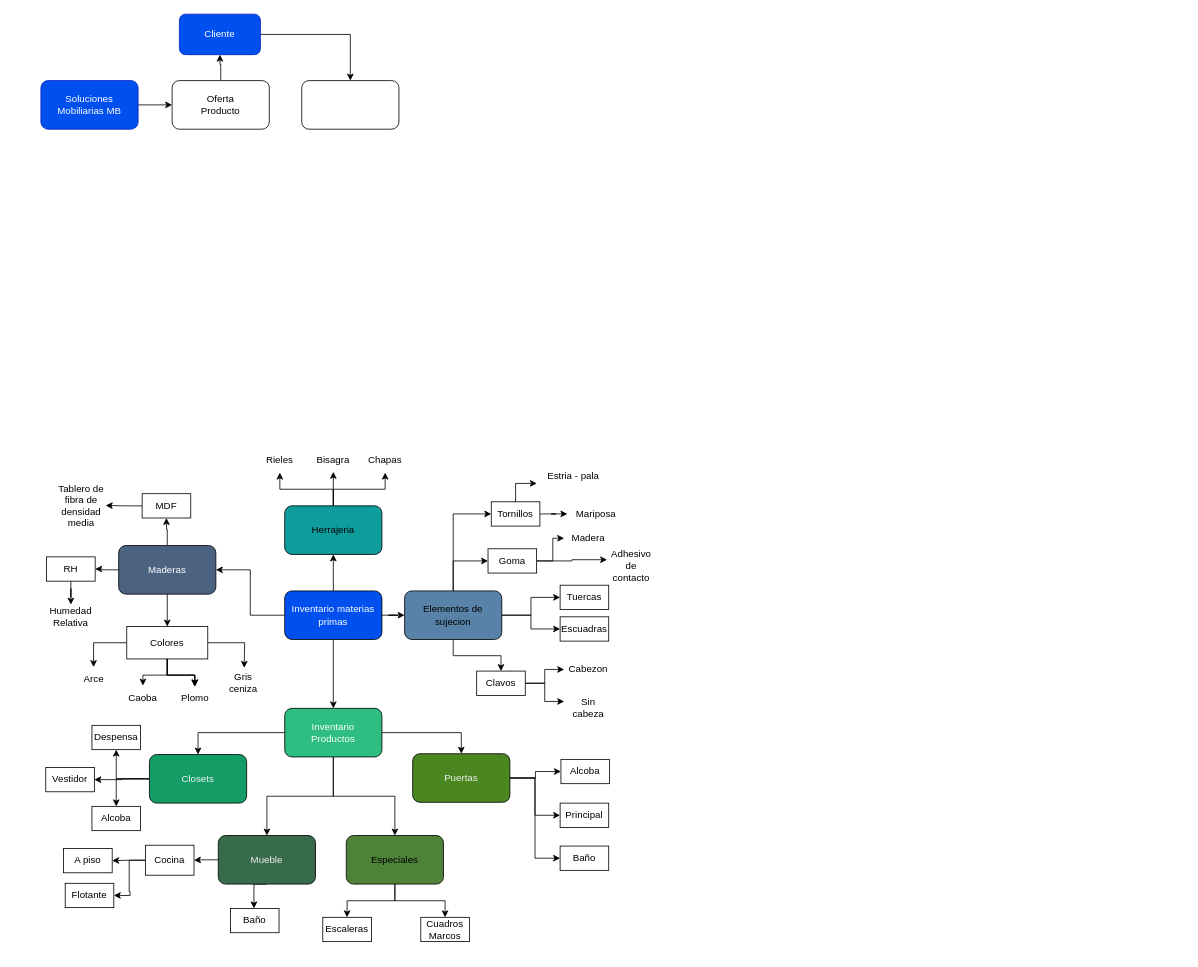
Before: Diagrama sin título.drawio in DavidSteyr/diagramaProcesosTGS, a draw.io diagram. Source tidied: cells renumbered, new cells numbered last; positions are measured from the earlier drawing's top-left corner, leaving out a move shared by most shapes. Both pictures are drawn from the tidied source at 81%, with x=0, y=0 at pixel (40, 14).
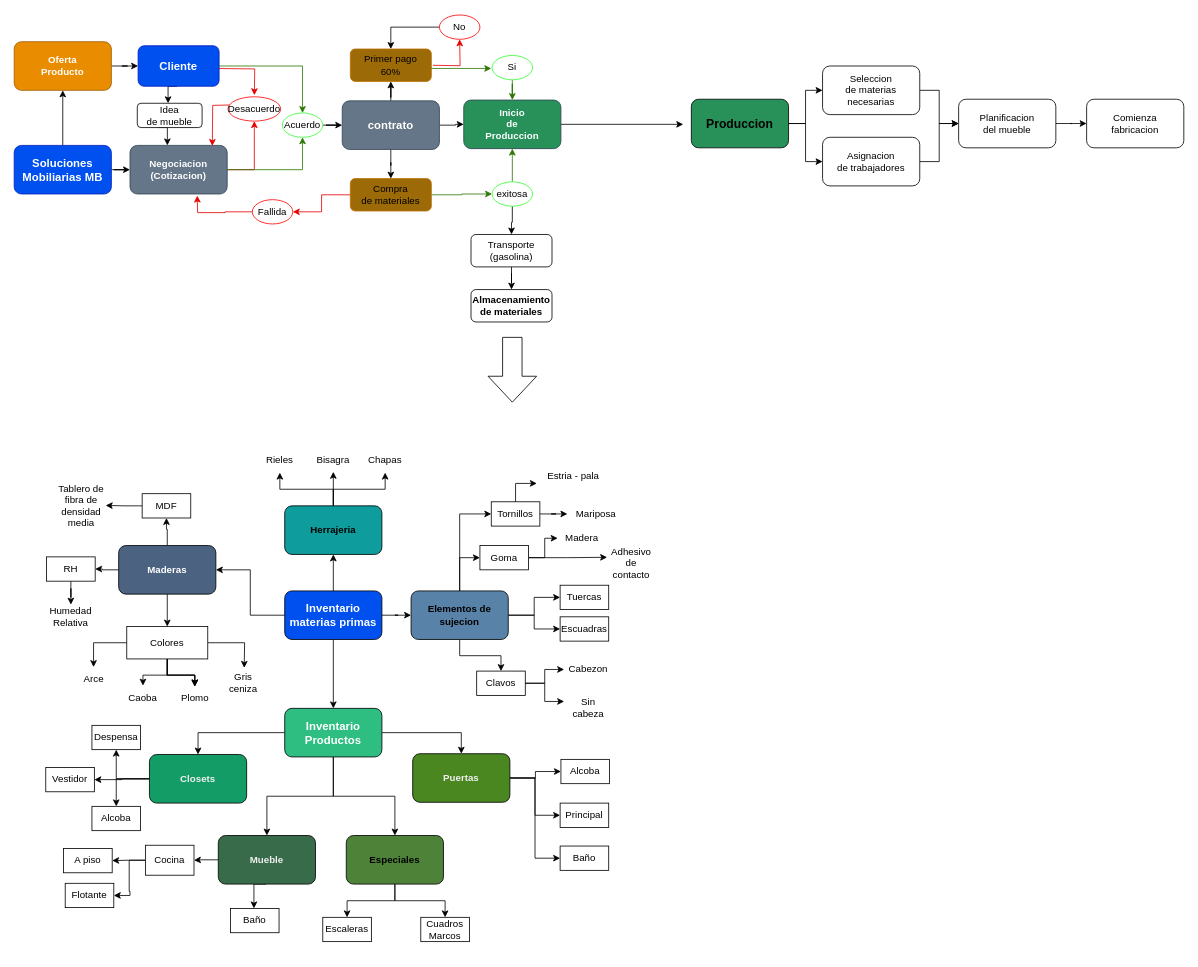
After the change.

Diff of the diagram source:
```diff
@@
+    <mxCell id="98" style="edgeStyle=orthogonalEdgeStyle;rounded=0;jettySize=auto;html=1;entryX=0;entryY=0.5;entryDx=0;entryDy=0;" parent="1" edge="1" source="3" target="97">
+      <mxGeometry relative="1" as="geometry" />
+    </mxCell>
-    <mxCell id="3" value="Soluciones Mobiliarias MB" style="rounded=1;whiteSpace=wrap;html=1;fillColor=#0050ef;fontColor=#ffffff;strokeColor=#001DBC;" parent="1" vertex="1">
-      <mxGeometry y="82" width="120" height="60" as="geometry" />
+    <mxCell id="3" value="Soluciones Mobiliarias MB" style="rounded=1;whiteSpace=wrap;html=1;fillColor=#0050ef;fontColor=#ffffff;strokeColor=#001DBC;fontStyle=1;fontSize=14;" parent="1" vertex="1">
+      <mxGeometry x="-33" y="162" width="120" height="60" as="geometry" />
     </mxCell>
@@
-    <mxCell id="8" value="Inventario materias primas" style="rounded=1;whiteSpace=wrap;html=1;fillColor=#0050ef;fontColor=#ffffff;strokeColor=#000000;" parent="1" vertex="1">
+    <mxCell id="8" value="Inventario materias primas" style="rounded=1;whiteSpace=wrap;html=1;fillColor=#0050ef;fontColor=#ffffff;strokeColor=#000000;fontStyle=1;fontSize=14;" parent="1" vertex="1">
       <mxGeometry x="301" y="712" width="120" height="60" as="geometry" />
     </mxCell>
@@
-    <mxCell id="13" value="&lt;div&gt;Inventario&lt;/div&gt;&lt;div&gt;Productos&lt;br&gt;&lt;/div&gt;" style="whiteSpace=wrap;html=1;rounded=1;fillColor=#2ebe81;fontColor=#ffffff;strokeColor=#000000;" parent="1" vertex="1">
+    <mxCell id="13" value="&lt;div style=&quot;font-size: 14px;&quot;&gt;Inventario&lt;/div&gt;&lt;div style=&quot;font-size: 14px;&quot;&gt;Productos&lt;br style=&quot;font-size: 14px;&quot;&gt;&lt;/div&gt;" style="whiteSpace=wrap;html=1;rounded=1;fillColor=#2ebe81;fontColor=#ffffff;strokeColor=#000000;fontStyle=1;fontSize=14;" parent="1" vertex="1">
       <mxGeometry x="301" y="857" width="120" height="60" as="geometry" />
     </mxCell>
@@
-    <mxCell id="19" value="&lt;div&gt;Elementos de sujecion&lt;/div&gt;" style="rounded=1;whiteSpace=wrap;html=1;fillColor=#5882a7;strokeColor=#000000;" parent="1" vertex="1">
-      <mxGeometry x="449" y="712" width="120" height="60" as="geometry" />
+    <mxCell id="19" value="&lt;div&gt;Elementos de sujecion&lt;/div&gt;" style="rounded=1;whiteSpace=wrap;html=1;fillColor=#5882a7;strokeColor=#000000;fontStyle=1;" parent="1" vertex="1">
+      <mxGeometry x="457" y="712" width="120" height="60" as="geometry" />
     </mxCell>
@@
-    <mxCell id="23" value="Herrajeria" style="rounded=1;whiteSpace=wrap;html=1;fillColor=#0E9C9C;strokeColor=#000000;" parent="1" vertex="1">
+    <mxCell id="23" value="Herrajeria" style="rounded=1;whiteSpace=wrap;html=1;fillColor=#0E9C9C;strokeColor=#000000;fontStyle=1;" parent="1" vertex="1">
       <mxGeometry x="301" y="607" width="120" height="60" as="geometry" />
     </mxCell>
@@
-    <mxCell id="27" value="Maderas" style="rounded=1;whiteSpace=wrap;html=1;fillColor=#4b6281;fontColor=#ffffff;strokeColor=#000000;" parent="1" vertex="1">
+    <mxCell id="27" value="Maderas" style="rounded=1;whiteSpace=wrap;html=1;fillColor=#4b6281;fontColor=#ffffff;strokeColor=#000000;fontStyle=1;" parent="1" vertex="1">
       <mxGeometry x="96" y="656" width="120" height="60" as="geometry" />
     </mxCell>
@@
-    <mxCell id="31" value="&lt;div&gt;Puertas&lt;/div&gt;" style="rounded=1;whiteSpace=wrap;html=1;fillColor=#4A8720;strokeColor=#000000;fontColor=#F0F0F0;" parent="1" vertex="1">
+    <mxCell id="31" value="&lt;div&gt;Puertas&lt;/div&gt;" style="rounded=1;whiteSpace=wrap;html=1;fillColor=#4A8720;strokeColor=#000000;fontColor=#F0F0F0;fontStyle=1;" parent="1" vertex="1">
       <mxGeometry x="459" y="913" width="120" height="60" as="geometry" />
     </mxCell>
@@
-    <mxCell id="35" value="Closets" style="rounded=1;whiteSpace=wrap;html=1;fillColor=#149c66;strokeColor=#000000;fontColor=#F0F0F0;" parent="1" vertex="1">
+    <mxCell id="35" value="Closets" style="rounded=1;whiteSpace=wrap;html=1;fillColor=#149c66;strokeColor=#000000;fontColor=#F0F0F0;fontStyle=1;" parent="1" vertex="1">
       <mxGeometry x="134" y="914" width="120" height="60" as="geometry" />
     </mxCell>
@@
-    <mxCell id="38" value="&lt;div&gt;Mueble&lt;/div&gt;" style="rounded=1;whiteSpace=wrap;html=1;fillColor=#386b4a;strokeColor=#000000;fontColor=#F0F0F0;" parent="1" vertex="1">
+    <mxCell id="38" value="&lt;div&gt;Mueble&lt;/div&gt;" style="rounded=1;whiteSpace=wrap;html=1;fillColor=#386b4a;strokeColor=#000000;fontColor=#F0F0F0;fontStyle=1;" parent="1" vertex="1">
       <mxGeometry x="219" y="1014" width="120" height="60" as="geometry" />
     </mxCell>
@@
-    <mxCell id="41" value="Especiales" style="rounded=1;whiteSpace=wrap;html=1;fillColor=#4e8239;strokeColor=#000000;" parent="1" vertex="1">
+    <mxCell id="41" value="Especiales" style="rounded=1;whiteSpace=wrap;html=1;fillColor=#4e8239;strokeColor=#000000;fontStyle=1;" parent="1" vertex="1">
       <mxGeometry x="377" y="1014" width="120" height="60" as="geometry" />
     </mxCell>
@@
     <mxCell id="90" value="&lt;div&gt;Goma&lt;/div&gt;" style="text;html=1;strokeColor=default;fillColor=default;align=center;verticalAlign=middle;whiteSpace=wrap;rounded=0;labelBackgroundColor=none;" parent="1" vertex="1">
-      <mxGeometry x="552" y="660" width="60" height="30" as="geometry" />
+      <mxGeometry x="542" y="656" width="60" height="30" as="geometry" />
     </mxCell>
     <mxCell id="91" value="Madera" style="text;html=1;strokeColor=none;fillColor=none;align=center;verticalAlign=middle;whiteSpace=wrap;rounded=0;" parent="1" vertex="1">
-      <mxGeometry x="646" y="632" width="60" height="30" as="geometry" />
+      <mxGeometry x="638" y="632" width="60" height="30" as="geometry" />
     </mxCell>
     <mxCell id="92" value="Adhesivo de contacto" style="text;html=1;strokeColor=none;fillColor=none;align=center;verticalAlign=middle;whiteSpace=wrap;rounded=0;" parent="1" vertex="1">
-      <mxGeometry x="699" y="666" width="60" height="30" as="geometry" />
+      <mxGeometry x="699" y="663" width="60" height="30" as="geometry" />
     </mxCell>
-    <mxCell id="93" style="edgeStyle=orthogonalEdgeStyle;rounded=0;jettySize=auto;html=1;entryX=0.5;entryY=0;entryDx=0;entryDy=0;" parent="1" edge="1" source="94" target="97">
-      <mxGeometry relative="1" as="geometry" />
-    </mxCell>
+    <mxCell id="99" style="edgeStyle=orthogonalEdgeStyle;rounded=0;orthogonalLoop=1;jettySize=auto;html=1;entryX=0.5;entryY=0;entryDx=0;entryDy=0;" parent="1" edge="1">
+      <mxGeometry relative="1" as="geometry">
+        <mxPoint x="168.1" y="89" as="sourcePoint" />
+        <mxPoint x="157" y="110" as="targetPoint" />
+      </mxGeometry>
+    </mxCell>
+    <mxCell id="100" style="edgeStyle=orthogonalEdgeStyle;rounded=0;orthogonalLoop=1;jettySize=auto;html=1;strokeColor=#E60000;" parent="1" edge="1">
+      <mxGeometry relative="1" as="geometry">
+        <mxPoint x="220" y="67.1" as="sourcePoint" />
+        <mxPoint x="263.5" y="100" as="targetPoint" />
+      </mxGeometry>
+    </mxCell>
-    <mxCell id="94" value="Cliente" style="whiteSpace=wrap;html=1;fillColor=#0050ef;strokeColor=#001DBC;fontColor=#ffffff;rounded=1;" parent="1" vertex="1">
-      <mxGeometry x="171" width="100" height="50" as="geometry" />
+    <mxCell id="94" value="Cliente" style="whiteSpace=wrap;html=1;fillColor=#0050ef;strokeColor=#001DBC;fontColor=#ffffff;rounded=1;fontStyle=1;fontSize=14;" parent="1" vertex="1">
+      <mxGeometry x="120" y="39" width="100" height="50" as="geometry" />
     </mxCell>
-    <mxCell id="95" style="edgeStyle=orthogonalEdgeStyle;rounded=0;jettySize=auto;html=1;entryX=0.5;entryY=1;entryDx=0;entryDy=0;" parent="1" edge="1" source="96" target="94">
+    <mxCell id="95" style="edgeStyle=orthogonalEdgeStyle;rounded=0;jettySize=auto;html=1;entryX=0;entryY=0.5;entryDx=0;entryDy=0;" parent="1" edge="1" source="96" target="94">
       <mxGeometry relative="1" as="geometry" />
     </mxCell>
-    <mxCell id="96" value="&lt;div&gt;Oferta&lt;/div&gt;&lt;div&gt;Producto&lt;br&gt;&lt;/div&gt;" style="rounded=1;whiteSpace=wrap;html=1;" parent="1" vertex="1">
-      <mxGeometry x="162" y="82" width="120" height="60" as="geometry" />
+    <mxCell id="96" value="&lt;div&gt;Oferta&lt;/div&gt;&lt;div&gt;Producto&lt;br&gt;&lt;/div&gt;" style="rounded=1;whiteSpace=wrap;html=1;fillColor=#EA8C00;fontColor=#ffffff;strokeColor=#9C5D00;fontStyle=1;" parent="1" vertex="1">
+      <mxGeometry x="-33" y="34" width="120" height="60" as="geometry" />
     </mxCell>
+    <mxCell id="101" style="edgeStyle=orthogonalEdgeStyle;rounded=0;jettySize=auto;html=1;entryX=0.5;entryY=1;entryDx=0;entryDy=0;strokeColor=#E60000;" parent="1" edge="1" source="97" target="132">
+      <mxGeometry relative="1" as="geometry" />
+    </mxCell>
-    <mxCell id="97" style="rounded=1;whiteSpace=wrap;html=1;" parent="1" vertex="1">
-      <mxGeometry x="322" y="82" width="120" height="60" as="geometry" />
+    <mxCell id="97" value="&lt;div&gt;Negociacion&lt;/div&gt;(Cotizacion)" style="rounded=1;whiteSpace=wrap;html=1;fillColor=#647687;fontColor=#ffffff;strokeColor=#314354;fontStyle=1;" parent="1" vertex="1">
+      <mxGeometry x="110" y="162" width="120" height="60" as="geometry" />
     </mxCell>
+    <mxCell id="102" style="edgeStyle=orthogonalEdgeStyle;rounded=0;orthogonalLoop=1;jettySize=auto;html=1;" parent="1" edge="1">
+      <mxGeometry relative="1" as="geometry">
+        <mxPoint x="145" y="140" as="sourcePoint" />
+        <mxPoint x="156.1" y="162" as="targetPoint" />
+      </mxGeometry>
+    </mxCell>
+    <mxCell id="103" value="&lt;div&gt;Idea &lt;br&gt;&lt;/div&gt;&lt;div&gt;de mueble&lt;/div&gt;" style="rounded=1;whiteSpace=wrap;html=1;" parent="1" vertex="1">
+      <mxGeometry x="119" y="110" width="80" height="30" as="geometry" />
+    </mxCell>
+    <mxCell id="104" style="edgeStyle=orthogonalEdgeStyle;rounded=0;jettySize=auto;html=1;" parent="1" edge="1" source="107" target="109">
+      <mxGeometry relative="1" as="geometry" />
+    </mxCell>
+    <mxCell id="105" style="edgeStyle=orthogonalEdgeStyle;rounded=0;jettySize=auto;html=1;" parent="1" edge="1" source="107" target="112">
+      <mxGeometry relative="1" as="geometry" />
+    </mxCell>
+    <mxCell id="106" style="edgeStyle=orthogonalEdgeStyle;rounded=0;jettySize=auto;html=1;" parent="1" edge="1" source="107" target="114">
+      <mxGeometry relative="1" as="geometry" />
+    </mxCell>
+    <mxCell id="107" value="&lt;div style=&quot;font-size: 14px;&quot;&gt;contrato&lt;br style=&quot;font-size: 14px;&quot;&gt;&lt;/div&gt;" style="rounded=1;whiteSpace=wrap;html=1;fillColor=#647687;fontColor=#ffffff;strokeColor=#314354;fontStyle=1;fontSize=14;" parent="1" vertex="1">
+      <mxGeometry x="372" y="107" width="120" height="60" as="geometry" />
+    </mxCell>
+    <mxCell id="108" style="edgeStyle=orthogonalEdgeStyle;rounded=0;orthogonalLoop=1;jettySize=auto;html=1;entryX=0.5;entryY=1;entryDx=0;entryDy=0;fillColor=#a20025;strokeColor=#E60000;" parent="1" edge="1">
+      <mxGeometry relative="1" as="geometry">
+        <mxPoint x="484" y="63.1" as="sourcePoint" />
+        <mxPoint x="517" y="31" as="targetPoint" />
+      </mxGeometry>
+    </mxCell>
+    <mxCell id="109" value="&lt;div&gt;Primer pago&lt;/div&gt;&lt;div&gt;60%&lt;/div&gt;" style="whiteSpace=wrap;html=1;rounded=1;fillColor=#9C6A06;fontColor=#000000;strokeColor=#BD7000;" parent="1" vertex="1">
+      <mxGeometry x="382" y="43" width="100" height="40" as="geometry" />
+    </mxCell>
+    <mxCell id="110" style="edgeStyle=orthogonalEdgeStyle;rounded=0;jettySize=auto;html=1;entryX=0;entryY=0.5;entryDx=0;entryDy=0;fillColor=#60a917;strokeColor=#2D7600;" parent="1" edge="1" source="112" target="124">
+      <mxGeometry relative="1" as="geometry" />
+    </mxCell>
+    <mxCell id="111" style="edgeStyle=orthogonalEdgeStyle;rounded=0;jettySize=auto;html=1;strokeColor=#E60000;" parent="1" edge="1" source="112" target="126">
+      <mxGeometry relative="1" as="geometry" />
+    </mxCell>
+    <mxCell id="112" value="&lt;div&gt;Compra&lt;/div&gt;&lt;div&gt;de materiales&lt;/div&gt;" style="whiteSpace=wrap;html=1;rounded=1;fillColor=#9C6A06;fontColor=#000000;strokeColor=#BD7000;" parent="1" vertex="1">
+      <mxGeometry x="382" y="203" width="100" height="40" as="geometry" />
+    </mxCell>
+    <mxCell id="113" style="edgeStyle=orthogonalEdgeStyle;rounded=0;jettySize=auto;html=1;" parent="1" edge="1" source="114">
+      <mxGeometry relative="1" as="geometry">
+        <mxPoint x="793" y="136" as="targetPoint" />
+      </mxGeometry>
+    </mxCell>
+    <mxCell id="114" value="&lt;div&gt;Inicio&lt;/div&gt;&lt;div&gt;de&lt;/div&gt;&lt;div&gt;Produccion&lt;br&gt;&lt;/div&gt;" style="whiteSpace=wrap;html=1;fillColor=#279159;strokeColor=#314354;fontColor=#ffffff;rounded=1;fontStyle=1;" parent="1" vertex="1">
+      <mxGeometry x="522" y="106" width="120" height="60" as="geometry" />
+    </mxCell>
+    <mxCell id="115" value="&lt;div&gt;Almacenamiento&lt;/div&gt;&lt;div&gt;de materiales&lt;br&gt;&lt;/div&gt;" style="rounded=1;whiteSpace=wrap;html=1;fontStyle=1;" parent="1" vertex="1">
+      <mxGeometry x="531" y="340" width="100" height="40" as="geometry" />
+    </mxCell>
+    <mxCell id="116" style="edgeStyle=orthogonalEdgeStyle;rounded=0;jettySize=auto;html=1;entryX=0.5;entryY=0;entryDx=0;entryDy=0;" parent="1" edge="1" source="117" target="115">
+      <mxGeometry relative="1" as="geometry" />
+    </mxCell>
+    <mxCell id="117" value="&lt;div&gt;Transporte&lt;/div&gt;(gasolina)" style="rounded=1;whiteSpace=wrap;html=1;" parent="1" vertex="1">
+      <mxGeometry x="531" y="272" width="100" height="40" as="geometry" />
+    </mxCell>
+    <mxCell id="118" style="edgeStyle=orthogonalEdgeStyle;rounded=0;jettySize=auto;html=1;entryX=0.5;entryY=0;entryDx=0;entryDy=0;fillColor=#60a917;strokeColor=#2D7600;" parent="1" edge="1" source="119" target="114">
+      <mxGeometry relative="1" as="geometry" />
+    </mxCell>
+    <mxCell id="119" value="Si" style="ellipse;whiteSpace=wrap;html=1;strokeColor=#33FF33;" parent="1" vertex="1">
+      <mxGeometry x="557" y="51" width="50" height="30" as="geometry" />
+    </mxCell>
+    <mxCell id="120" style="edgeStyle=orthogonalEdgeStyle;rounded=0;jettySize=auto;html=1;entryX=0.5;entryY=0;entryDx=0;entryDy=0;" parent="1" edge="1" source="121" target="109">
+      <mxGeometry relative="1" as="geometry" />
+    </mxCell>
+    <mxCell id="121" value="&lt;div&gt;No&lt;/div&gt;" style="ellipse;whiteSpace=wrap;html=1;strokeColor=#FF0000;" parent="1" vertex="1">
+      <mxGeometry x="492" y="1" width="50" height="30" as="geometry" />
+    </mxCell>
+    <mxCell id="122" style="edgeStyle=orthogonalEdgeStyle;rounded=0;jettySize=auto;html=1;fillColor=#60a917;strokeColor=#2D7600;" parent="1" edge="1" source="124" target="114">
+      <mxGeometry relative="1" as="geometry" />
+    </mxCell>
+    <mxCell id="123" style="edgeStyle=orthogonalEdgeStyle;rounded=0;jettySize=auto;html=1;entryX=0.5;entryY=0;entryDx=0;entryDy=0;" parent="1" edge="1" source="124" target="117">
+      <mxGeometry relative="1" as="geometry" />
+    </mxCell>
+    <mxCell id="124" value="exitosa" style="ellipse;whiteSpace=wrap;html=1;strokeColor=#33FF33;" parent="1" vertex="1">
+      <mxGeometry x="557" y="207" width="50" height="30" as="geometry" />
+    </mxCell>
+    <mxCell id="125" style="edgeStyle=orthogonalEdgeStyle;rounded=0;jettySize=auto;html=1;strokeColor=#E60000;" parent="1" edge="1" source="126">
+      <mxGeometry relative="1" as="geometry">
+        <mxPoint x="193" y="224" as="targetPoint" />
+      </mxGeometry>
+    </mxCell>
+    <mxCell id="126" value="Fallida" style="ellipse;whiteSpace=wrap;html=1;strokeColor=#FF0000;" parent="1" vertex="1">
+      <mxGeometry x="261" y="229" width="50" height="30" as="geometry" />
+    </mxCell>
+    <mxCell id="127" style="shape=singleArrow;whiteSpace=wrap;html=1;arrowWidth=0.4;arrowSize=0.4;direction=south;" parent="1" vertex="1">
+      <mxGeometry x="552" y="399" width="60" height="80" as="geometry" />
+    </mxCell>
+    <mxCell id="128" style="edgeStyle=orthogonalEdgeStyle;rounded=0;jettySize=auto;html=1;entryX=0;entryY=0.5;entryDx=0;entryDy=0;" parent="1" edge="1" source="129" target="107">
+      <mxGeometry relative="1" as="geometry" />
+    </mxCell>
+    <mxCell id="129" value="Acuerdo" style="ellipse;whiteSpace=wrap;html=1;strokeColor=#33FF33;" parent="1" vertex="1">
+      <mxGeometry x="298" y="122" width="50" height="30" as="geometry" />
+    </mxCell>
+    <mxCell id="130" style="edgeStyle=orthogonalEdgeStyle;rounded=0;orthogonalLoop=1;jettySize=auto;html=1;fillColor=#60a917;strokeColor=#2D7600;" parent="1" edge="1">
+      <mxGeometry relative="1" as="geometry">
+        <mxPoint x="482" y="67" as="sourcePoint" />
+        <mxPoint x="556" y="67" as="targetPoint" />
+      </mxGeometry>
+    </mxCell>
+    <mxCell id="131" style="edgeStyle=orthogonalEdgeStyle;rounded=0;orthogonalLoop=1;jettySize=auto;html=1;entryX=0.905;entryY=0.011;entryDx=0;entryDy=0;entryPerimeter=0;strokeColor=#E60000;" parent="1" edge="1">
+      <mxGeometry relative="1" as="geometry">
+        <mxPoint x="234" y="112.1" as="sourcePoint" />
+        <mxPoint x="211.6" y="162.7" as="targetPoint" />
+      </mxGeometry>
+    </mxCell>
+    <mxCell id="132" value="&lt;div&gt;Desacuerdo&lt;/div&gt;" style="ellipse;whiteSpace=wrap;html=1;strokeColor=#FF0000;" parent="1" vertex="1">
+      <mxGeometry x="231" y="102" width="65" height="30" as="geometry" />
+    </mxCell>
+    <mxCell id="133" style="edgeStyle=orthogonalEdgeStyle;rounded=0;jettySize=auto;html=1;entryX=0.5;entryY=0;entryDx=0;entryDy=0;fillColor=#60a917;strokeColor=#2D7600;" parent="1" edge="1" source="94" target="129">
+      <mxGeometry relative="1" as="geometry" />
+    </mxCell>
+    <mxCell id="134" style="edgeStyle=orthogonalEdgeStyle;rounded=0;jettySize=auto;html=1;entryX=0.5;entryY=1;entryDx=0;entryDy=0;fillColor=#60a917;strokeColor=#2D7600;" parent="1" edge="1" source="97" target="129">
+      <mxGeometry relative="1" as="geometry" />
+    </mxCell>
+    <mxCell id="135" style="edgeStyle=orthogonalEdgeStyle;rounded=0;jettySize=auto;html=1;entryX=0;entryY=0.5;entryDx=0;entryDy=0;" parent="1" edge="1" source="137" target="139">
+      <mxGeometry relative="1" as="geometry" />
+    </mxCell>
+    <mxCell id="136" style="edgeStyle=orthogonalEdgeStyle;rounded=0;jettySize=auto;html=1;" parent="1" edge="1" source="137" target="141">
+      <mxGeometry relative="1" as="geometry" />
+    </mxCell>
+    <mxCell id="137" value="Produccion" style="rounded=1;whiteSpace=wrap;html=1;fillColor=#279159;fontSize=15;fontStyle=1;" parent="1" vertex="1">
+      <mxGeometry x="803" y="105" width="120" height="60" as="geometry" />
+    </mxCell>
+    <mxCell id="138" style="edgeStyle=orthogonalEdgeStyle;rounded=0;jettySize=auto;html=1;entryX=0;entryY=0.5;entryDx=0;entryDy=0;" parent="1" edge="1" source="139" target="143">
+      <mxGeometry relative="1" as="geometry" />
+    </mxCell>
+    <mxCell id="139" value="&lt;div&gt;Seleccion &lt;br&gt;&lt;/div&gt;&lt;div&gt;de materias necesarias&lt;/div&gt;" style="rounded=1;whiteSpace=wrap;html=1;" parent="1" vertex="1">
+      <mxGeometry x="965" y="64" width="120" height="60" as="geometry" />
+    </mxCell>
+    <mxCell id="140" style="edgeStyle=orthogonalEdgeStyle;rounded=0;jettySize=auto;html=1;entryX=0;entryY=0.5;entryDx=0;entryDy=0;" parent="1" edge="1" source="141" target="143">
+      <mxGeometry relative="1" as="geometry" />
+    </mxCell>
+    <mxCell id="141" value="&lt;div&gt;Asignacion&lt;/div&gt;&lt;div&gt;de trabajadores&lt;/div&gt;" style="whiteSpace=wrap;html=1;rounded=1;" parent="1" vertex="1">
+      <mxGeometry x="965" y="152" width="120" height="60" as="geometry" />
+    </mxCell>
+    <mxCell id="142" style="edgeStyle=orthogonalEdgeStyle;rounded=0;jettySize=auto;html=1;" parent="1" edge="1" source="143" target="144">
+      <mxGeometry relative="1" as="geometry" />
+    </mxCell>
+    <mxCell id="143" value="&lt;div&gt;Planificacion&lt;/div&gt;&lt;div&gt;del mueble&lt;br&gt;&lt;/div&gt;" style="rounded=1;whiteSpace=wrap;html=1;" parent="1" vertex="1">
+      <mxGeometry x="1133" y="105" width="120" height="60" as="geometry" />
+    </mxCell>
+    <mxCell id="144" value="Comienza&lt;div&gt;fabricacion&lt;br&gt;&lt;/div&gt;" style="whiteSpace=wrap;html=1;rounded=1;" parent="1" vertex="1">
+      <mxGeometry x="1291" y="105" width="120" height="60" as="geometry" />
+    </mxCell>
```
